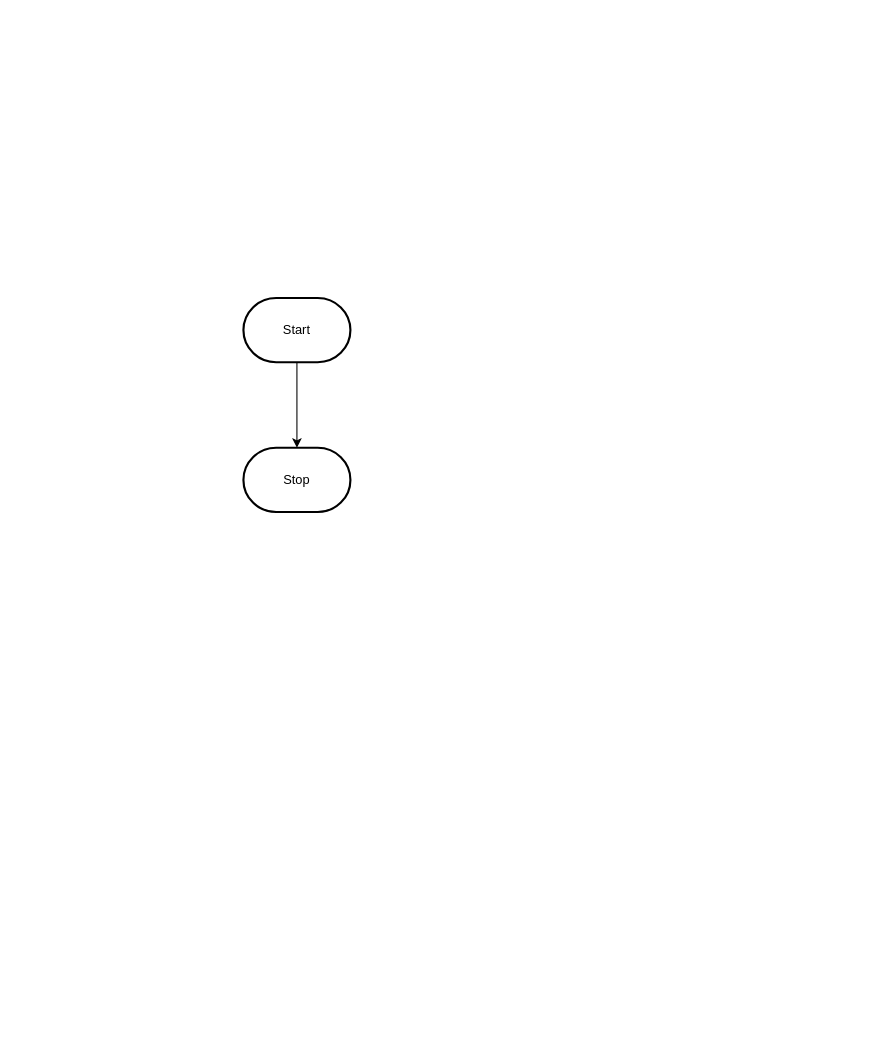
This is design/flowchart.drawio from MTHS-ICD2O-1-2024/ICD2O-Final-Project-devin.boucher, a draw.io file, before an edit. Source tidied: cells renumbered, new cells numbered last; positions are measured from the earlier drawing's top-left corner, leaving out a move shared by most shapes. Both pictures are drawn from the tidied source at 107%, with x=0, y=0 at pixel (243, 297).
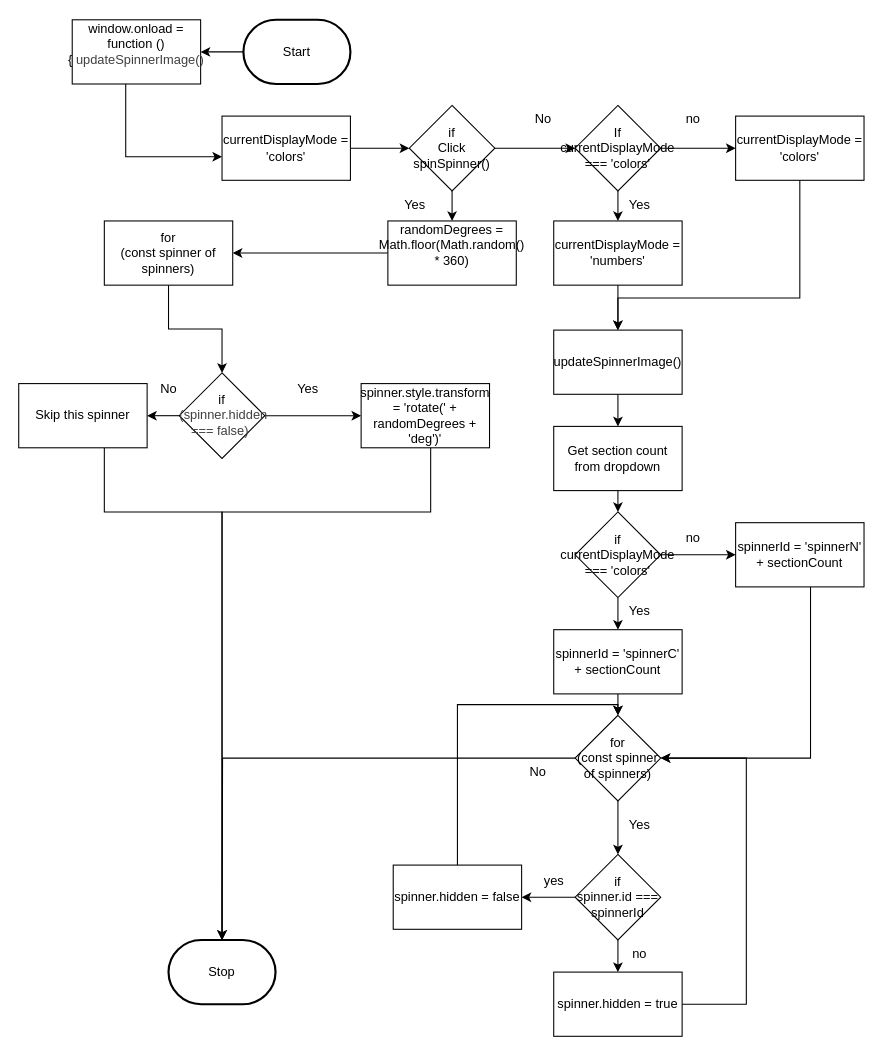
The same page after the edit.

Commit message (it also covers changes not shown here):
made flowchart

Diff of the diagram source:
```diff
@@
-    <mxCell id="2" style="edgeStyle=orthogonalEdgeStyle;html=1;rounded=0;" parent="1" edge="1" source="3" target="4">
-      <mxGeometry relative="1" as="geometry" />
-    </mxCell>
+    <mxCell id="5" style="edgeStyle=orthogonalEdgeStyle;html=1;" parent="1" edge="1" source="3" target="46">
+      <mxGeometry relative="1" as="geometry" />
+    </mxCell>
     <mxCell id="3" value="Start" style="strokeWidth=2;html=1;shape=mxgraph.flowchart.terminator;whiteSpace=wrap;" parent="1" vertex="1">
-      <mxGeometry width="100" height="60" as="geometry" />
+      <mxGeometry y="-260" width="100" height="60" as="geometry" />
     </mxCell>
     <mxCell id="4" value="Stop" style="strokeWidth=2;html=1;shape=mxgraph.flowchart.terminator;whiteSpace=wrap;" parent="1" vertex="1">
-      <mxGeometry y="140" width="100" height="60" as="geometry" />
+      <mxGeometry x="-70" y="600" width="100" height="60" as="geometry" />
     </mxCell>
+    <mxCell id="6" style="edgeStyle=orthogonalEdgeStyle;html=1;" parent="1" edge="1" source="2" target="9">
+      <mxGeometry relative="1" as="geometry" />
+    </mxCell>
+    <mxCell id="2" value="&lt;div&gt;&lt;font color=&quot;#000000&quot;&gt;&lt;span style=&quot;font-size: 12px;&quot;&gt;currentDisplayMode = 'colors'&lt;/span&gt;&lt;/font&gt;&lt;/div&gt;" style="whiteSpace=wrap;html=1;" parent="1" vertex="1">
+      <mxGeometry x="-20" y="-170" width="120" height="60" as="geometry" />
+    </mxCell>
+    <mxCell id="7" style="edgeStyle=orthogonalEdgeStyle;html=1;" parent="1" edge="1" source="9" target="12">
+      <mxGeometry relative="1" as="geometry" />
+    </mxCell>
+    <mxCell id="8" style="edgeStyle=orthogonalEdgeStyle;html=1;" parent="1" edge="1" source="9" target="14">
+      <mxGeometry relative="1" as="geometry" />
+    </mxCell>
+    <mxCell id="9" value="if&lt;div&gt;Click spinSpinner()&lt;/div&gt;" style="rhombus;whiteSpace=wrap;html=1;" parent="1" vertex="1">
+      <mxGeometry x="155" y="-180" width="80" height="80" as="geometry" />
+    </mxCell>
+    <mxCell id="10" style="edgeStyle=orthogonalEdgeStyle;html=1;" parent="1" edge="1" source="12" target="27">
+      <mxGeometry relative="1" as="geometry" />
+    </mxCell>
+    <mxCell id="11" style="edgeStyle=orthogonalEdgeStyle;html=1;" parent="1" edge="1" source="12" target="29">
+      <mxGeometry relative="1" as="geometry" />
+    </mxCell>
+    <mxCell id="12" value="If&lt;div&gt;&lt;span style=&quot;font-size: 12px;&quot;&gt;currentDisplayMode === 'colors'&lt;/span&gt;&lt;/div&gt;" style="rhombus;whiteSpace=wrap;html=1;" parent="1" vertex="1">
+      <mxGeometry x="310" y="-180" width="80" height="80" as="geometry" />
+    </mxCell>
+    <mxCell id="13" style="edgeStyle=orthogonalEdgeStyle;html=1;" parent="1" edge="1" source="14" target="18">
+      <mxGeometry relative="1" as="geometry" />
+    </mxCell>
+    <mxCell id="14" value="&lt;div&gt;&lt;font color=&quot;#000000&quot;&gt;&lt;span style=&quot;font-size: 12px;&quot;&gt;randomDegrees = Math.floor(Math.random() * 360)&lt;/span&gt;&lt;/font&gt;&lt;/div&gt;&lt;div&gt;&lt;br&gt;&lt;/div&gt;" style="whiteSpace=wrap;html=1;" parent="1" vertex="1">
+      <mxGeometry x="135" y="-72" width="120" height="60" as="geometry" />
+    </mxCell>
+    <mxCell id="15" value="Yes" style="text;html=1;align=center;verticalAlign=middle;strokeColor=none;fillColor=none;" parent="1" vertex="1">
+      <mxGeometry x="140" y="-102" width="40" height="30" as="geometry" />
+    </mxCell>
+    <mxCell id="16" value="No" style="text;html=1;align=center;verticalAlign=middle;strokeColor=none;fillColor=none;" parent="1" vertex="1">
+      <mxGeometry x="260" y="-182" width="40" height="30" as="geometry" />
+    </mxCell>
+    <mxCell id="17" style="edgeStyle=orthogonalEdgeStyle;html=1;rounded=0;curved=0;" parent="1" edge="1" source="18" target="21">
+      <mxGeometry relative="1" as="geometry" />
+    </mxCell>
+    <mxCell id="18" value="&lt;div&gt;&lt;font color=&quot;#000000&quot;&gt;&lt;span style=&quot;font-size: 12px;&quot;&gt;for&lt;/span&gt;&lt;/font&gt;&lt;/div&gt;&lt;div&gt;&lt;font color=&quot;#000000&quot;&gt;&lt;span style=&quot;font-size: 12px;&quot;&gt;(const spinner of spinners)&lt;/span&gt;&lt;/font&gt;&lt;/div&gt;" style="whiteSpace=wrap;html=1;" parent="1" vertex="1">
+      <mxGeometry x="-130" y="-72" width="120" height="60" as="geometry" />
+    </mxCell>
+    <mxCell id="19" style="edgeStyle=orthogonalEdgeStyle;html=1;" parent="1" edge="1" source="21" target="22">
+      <mxGeometry relative="1" as="geometry" />
+    </mxCell>
+    <mxCell id="20" style="edgeStyle=orthogonalEdgeStyle;html=1;" parent="1" edge="1" source="21" target="24">
+      <mxGeometry relative="1" as="geometry" />
+    </mxCell>
+    <mxCell id="21" value="if&lt;div&gt;&lt;span style=&quot;color: rgb(63, 63, 63); background-color: transparent;&quot;&gt;&amp;nbsp;(spinner.hidden === false)&amp;nbsp;&lt;/span&gt;&lt;/div&gt;" style="rhombus;whiteSpace=wrap;html=1;" parent="1" vertex="1">
+      <mxGeometry x="-60" y="70" width="80" height="80" as="geometry" />
+    </mxCell>
+    <mxCell id="22" value="&lt;div&gt;&lt;font color=&quot;#000000&quot;&gt;&lt;span style=&quot;font-size: 12px;&quot;&gt;spinner.style.transform = 'rotate(' + randomDegrees + 'deg')'&lt;/span&gt;&lt;/font&gt;&lt;/div&gt;" style="whiteSpace=wrap;html=1;" parent="1" vertex="1">
+      <mxGeometry x="110" y="80" width="120" height="60" as="geometry" />
+    </mxCell>
+    <mxCell id="23" style="edgeStyle=orthogonalEdgeStyle;html=1;rounded=0;curved=0;" parent="1" edge="1" source="24" target="4">
+      <mxGeometry relative="1" as="geometry">
+        <Array as="points">
+          <mxPoint x="-130" y="200" />
+          <mxPoint x="-20" y="200" />
+        </Array>
+      </mxGeometry>
+    </mxCell>
+    <mxCell id="24" value="Skip this spinner" style="whiteSpace=wrap;html=1;" parent="1" vertex="1">
+      <mxGeometry x="-210" y="80" width="120" height="60" as="geometry" />
+    </mxCell>
+    <mxCell id="25" value="No" style="text;html=1;align=center;verticalAlign=middle;strokeColor=none;fillColor=none;" parent="1" vertex="1">
+      <mxGeometry x="-90" y="70" width="40" height="30" as="geometry" />
+    </mxCell>
+    <mxCell id="26" style="edgeStyle=orthogonalEdgeStyle;html=1;" parent="1" edge="1" source="27" target="32">
+      <mxGeometry relative="1" as="geometry" />
+    </mxCell>
+    <mxCell id="27" value="&lt;div&gt;&lt;font color=&quot;#000000&quot;&gt;&lt;span style=&quot;font-size: 12px;&quot;&gt;currentDisplayMode = 'numbers'&lt;/span&gt;&lt;/font&gt;&lt;/div&gt;" style="whiteSpace=wrap;html=1;" parent="1" vertex="1">
+      <mxGeometry x="290" y="-72" width="120" height="60" as="geometry" />
+    </mxCell>
+    <mxCell id="28" style="edgeStyle=orthogonalEdgeStyle;html=1;entryX=0.5;entryY=0;entryDx=0;entryDy=0;rounded=0;curved=0;" parent="1" edge="1" source="29" target="32">
+      <mxGeometry relative="1" as="geometry">
+        <Array as="points">
+          <mxPoint x="520" />
+          <mxPoint x="350" />
+        </Array>
+      </mxGeometry>
+    </mxCell>
+    <mxCell id="29" value="&lt;div&gt;&lt;font color=&quot;#000000&quot;&gt;&lt;span style=&quot;font-size: 12px;&quot;&gt;currentDisplayMode = 'colors'&lt;/span&gt;&lt;/font&gt;&lt;/div&gt;" style="whiteSpace=wrap;html=1;" parent="1" vertex="1">
+      <mxGeometry x="460" y="-170" width="120" height="60" as="geometry" />
+    </mxCell>
+    <mxCell id="30" value="no" style="text;html=1;align=center;verticalAlign=middle;strokeColor=none;fillColor=none;" parent="1" vertex="1">
+      <mxGeometry x="400" y="-182" width="40" height="30" as="geometry" />
+    </mxCell>
+    <mxCell id="31" style="edgeStyle=orthogonalEdgeStyle;html=1;" parent="1" edge="1" source="32" target="35">
+      <mxGeometry relative="1" as="geometry" />
+    </mxCell>
+    <mxCell id="32" value="&lt;div&gt;&lt;font color=&quot;#000000&quot;&gt;&lt;span style=&quot;font-size: 12px;&quot;&gt;updateSpinnerImage()&lt;/span&gt;&lt;/font&gt;&lt;/div&gt;" style="whiteSpace=wrap;html=1;" parent="1" vertex="1">
+      <mxGeometry x="290" y="30" width="120" height="60" as="geometry" />
+    </mxCell>
+    <mxCell id="33" value="Yes" style="text;html=1;align=center;verticalAlign=middle;strokeColor=none;fillColor=none;" parent="1" vertex="1">
+      <mxGeometry x="350" y="-102" width="40" height="30" as="geometry" />
+    </mxCell>
+    <mxCell id="34" style="edgeStyle=orthogonalEdgeStyle;html=1;" parent="1" edge="1" source="35" target="38">
+      <mxGeometry relative="1" as="geometry" />
+    </mxCell>
+    <mxCell id="35" value="Get section count from dropdown" style="whiteSpace=wrap;html=1;" parent="1" vertex="1">
+      <mxGeometry x="290" y="120" width="120" height="60" as="geometry" />
+    </mxCell>
+    <mxCell id="36" style="edgeStyle=orthogonalEdgeStyle;html=1;" parent="1" edge="1" source="38" target="40">
+      <mxGeometry relative="1" as="geometry" />
+    </mxCell>
+    <mxCell id="37" style="edgeStyle=orthogonalEdgeStyle;html=1;" parent="1" edge="1" source="38" target="42">
+      <mxGeometry relative="1" as="geometry" />
+    </mxCell>
+    <mxCell id="38" value="if&lt;div&gt;&lt;span style=&quot;font-size: 12px;&quot;&gt;currentDisplayMode === 'colors'&lt;/span&gt;&lt;/div&gt;" style="rhombus;whiteSpace=wrap;html=1;" parent="1" vertex="1">
+      <mxGeometry x="310" y="200" width="80" height="80" as="geometry" />
+    </mxCell>
+    <mxCell id="39" style="edgeStyle=orthogonalEdgeStyle;html=1;" parent="1" edge="1" source="40" target="60">
+      <mxGeometry relative="1" as="geometry" />
+    </mxCell>
+    <mxCell id="40" value="&lt;font color=&quot;#000000&quot;&gt;&lt;span style=&quot;font-size: 12px;&quot;&gt;spinnerId = 'spinnerC' + sectionCount&lt;/span&gt;&lt;/font&gt;" style="whiteSpace=wrap;html=1;" parent="1" vertex="1">
+      <mxGeometry x="290" y="310" width="120" height="60" as="geometry" />
+    </mxCell>
+    <mxCell id="41" style="edgeStyle=orthogonalEdgeStyle;html=1;entryX=1;entryY=0.5;entryDx=0;entryDy=0;rounded=0;curved=0;" parent="1" edge="1" source="42" target="60">
+      <mxGeometry relative="1" as="geometry">
+        <Array as="points">
+          <mxPoint x="530" y="430" />
+        </Array>
+      </mxGeometry>
+    </mxCell>
+    <mxCell id="42" value="&lt;div&gt;&lt;font color=&quot;#000000&quot;&gt;&lt;span style=&quot;font-size: 12px;&quot;&gt;spinnerId = 'spinnerN' + sectionCount&lt;/span&gt;&lt;/font&gt;&lt;/div&gt;" style="whiteSpace=wrap;html=1;" parent="1" vertex="1">
+      <mxGeometry x="460" y="210" width="120" height="60" as="geometry" />
+    </mxCell>
+    <mxCell id="43" value="no" style="text;html=1;align=center;verticalAlign=middle;strokeColor=none;fillColor=none;" parent="1" vertex="1">
+      <mxGeometry x="400" y="210" width="40" height="30" as="geometry" />
+    </mxCell>
+    <mxCell id="44" value="Yes" style="text;html=1;align=center;verticalAlign=middle;strokeColor=none;fillColor=none;" parent="1" vertex="1">
+      <mxGeometry x="350" y="278" width="40" height="30" as="geometry" />
+    </mxCell>
+    <mxCell id="45" style="edgeStyle=orthogonalEdgeStyle;html=1;rounded=0;curved=0;" parent="1" edge="1" source="46" target="2">
+      <mxGeometry relative="1" as="geometry">
+        <Array as="points">
+          <mxPoint x="-110" y="-132" />
+        </Array>
+      </mxGeometry>
+    </mxCell>
+    <mxCell id="46" value="&lt;div&gt;&lt;font color=&quot;#000000&quot;&gt;&lt;span style=&quot;font-size: 12px;&quot;&gt;window.onload = function () {&lt;/span&gt;&lt;/font&gt;&lt;span style=&quot;color: rgb(63, 63, 63); background-color: transparent;&quot;&gt;&amp;nbsp;updateSpinnerImage()&lt;/span&gt;&lt;/div&gt;&lt;div&gt;&lt;br&gt;&lt;/div&gt;" style="whiteSpace=wrap;html=1;" parent="1" vertex="1">
+      <mxGeometry x="-160" y="-260" width="120" height="60" as="geometry" />
+    </mxCell>
+    <mxCell id="47" value="Yes" style="text;html=1;align=center;verticalAlign=middle;strokeColor=none;fillColor=none;" parent="1" vertex="1">
+      <mxGeometry x="40" y="70" width="40" height="30" as="geometry" />
+    </mxCell>
+    <mxCell id="48" style="edgeStyle=orthogonalEdgeStyle;html=1;" parent="1" edge="1" source="50" target="52">
+      <mxGeometry relative="1" as="geometry" />
+    </mxCell>
+    <mxCell id="49" style="edgeStyle=orthogonalEdgeStyle;html=1;" parent="1" edge="1" source="50" target="55">
+      <mxGeometry relative="1" as="geometry" />
+    </mxCell>
+    <mxCell id="50" value="&lt;div&gt;&lt;font color=&quot;#000000&quot;&gt;&lt;span style=&quot;font-size: 12px;&quot;&gt;if&lt;/span&gt;&lt;/font&gt;&lt;/div&gt;&lt;font color=&quot;#000000&quot;&gt;&lt;span style=&quot;font-size: 12px;&quot;&gt;spinner.id === spinnerId&lt;/span&gt;&lt;/font&gt;" style="rhombus;whiteSpace=wrap;html=1;" parent="1" vertex="1">
+      <mxGeometry x="310" y="520" width="80" height="80" as="geometry" />
+    </mxCell>
+    <mxCell id="51" style="edgeStyle=orthogonalEdgeStyle;html=1;entryX=0.5;entryY=0;entryDx=0;entryDy=0;rounded=0;curved=0;" parent="1" edge="1" source="52" target="60">
+      <mxGeometry relative="1" as="geometry">
+        <Array as="points">
+          <mxPoint x="200" y="380" />
+          <mxPoint x="350" y="380" />
+        </Array>
+      </mxGeometry>
+    </mxCell>
+    <mxCell id="52" value="&lt;div&gt;&lt;font color=&quot;#000000&quot;&gt;&lt;span style=&quot;font-size: 12px;&quot;&gt;spinner.hidden = false&lt;/span&gt;&lt;/font&gt;&lt;/div&gt;" style="whiteSpace=wrap;html=1;" parent="1" vertex="1">
+      <mxGeometry x="140" y="530" width="120" height="60" as="geometry" />
+    </mxCell>
+    <mxCell id="53" value="yes" style="text;html=1;align=center;verticalAlign=middle;strokeColor=none;fillColor=none;" parent="1" vertex="1">
+      <mxGeometry x="270" y="530" width="40" height="30" as="geometry" />
+    </mxCell>
+    <mxCell id="54" style="edgeStyle=orthogonalEdgeStyle;html=1;entryX=1;entryY=0.5;entryDx=0;entryDy=0;rounded=0;curved=0;" parent="1" edge="1" source="55" target="60">
+      <mxGeometry relative="1" as="geometry">
+        <Array as="points">
+          <mxPoint x="470" y="660" />
+          <mxPoint x="470" y="430" />
+        </Array>
+      </mxGeometry>
+    </mxCell>
+    <mxCell id="55" value="&lt;font color=&quot;#000000&quot;&gt;&lt;span style=&quot;font-size: 12px;&quot;&gt;spinner.hidden = true&lt;/span&gt;&lt;/font&gt;" style="whiteSpace=wrap;html=1;" parent="1" vertex="1">
+      <mxGeometry x="290" y="630" width="120" height="60" as="geometry" />
+    </mxCell>
+    <mxCell id="56" value="no" style="text;html=1;align=center;verticalAlign=middle;strokeColor=none;fillColor=none;" parent="1" vertex="1">
+      <mxGeometry x="350" y="598" width="40" height="30" as="geometry" />
+    </mxCell>
+    <mxCell id="57" style="edgeStyle=orthogonalEdgeStyle;html=1;entryX=0.5;entryY=0;entryDx=0;entryDy=0;entryPerimeter=0;rounded=0;curved=0;" parent="1" edge="1" source="22" target="4">
+      <mxGeometry relative="1" as="geometry">
+        <Array as="points">
+          <mxPoint x="175" y="200" />
+          <mxPoint x="-20" y="200" />
+        </Array>
+      </mxGeometry>
+    </mxCell>
+    <mxCell id="58" style="edgeStyle=orthogonalEdgeStyle;html=1;" parent="1" edge="1" source="60" target="50">
+      <mxGeometry relative="1" as="geometry" />
+    </mxCell>
+    <mxCell id="59" style="edgeStyle=orthogonalEdgeStyle;html=1;rounded=0;curved=0;" parent="1" edge="1" source="60">
+      <mxGeometry relative="1" as="geometry">
+        <mxPoint x="-20" y="600" as="targetPoint" />
+      </mxGeometry>
+    </mxCell>
+    <mxCell id="60" value="&lt;div&gt;&lt;font color=&quot;#000000&quot;&gt;&lt;span style=&quot;font-size: 12px;&quot;&gt;for&lt;/span&gt;&lt;/font&gt;&lt;/div&gt;&lt;div&gt;&lt;font color=&quot;#000000&quot;&gt;&lt;span style=&quot;font-size: 12px;&quot;&gt;(const spinner of spinners)&lt;/span&gt;&lt;/font&gt;&lt;/div&gt;" style="rhombus;whiteSpace=wrap;html=1;" parent="1" vertex="1">
+      <mxGeometry x="310" y="390" width="80" height="80" as="geometry" />
+    </mxCell>
+    <mxCell id="61" value="No" style="text;html=1;align=center;verticalAlign=middle;strokeColor=none;fillColor=none;" parent="1" vertex="1">
+      <mxGeometry x="255" y="428" width="40" height="30" as="geometry" />
+    </mxCell>
+    <mxCell id="62" value="Yes" style="text;html=1;align=center;verticalAlign=middle;strokeColor=none;fillColor=none;" parent="1" vertex="1">
+      <mxGeometry x="350" y="478" width="40" height="30" as="geometry" />
+    </mxCell>
```
